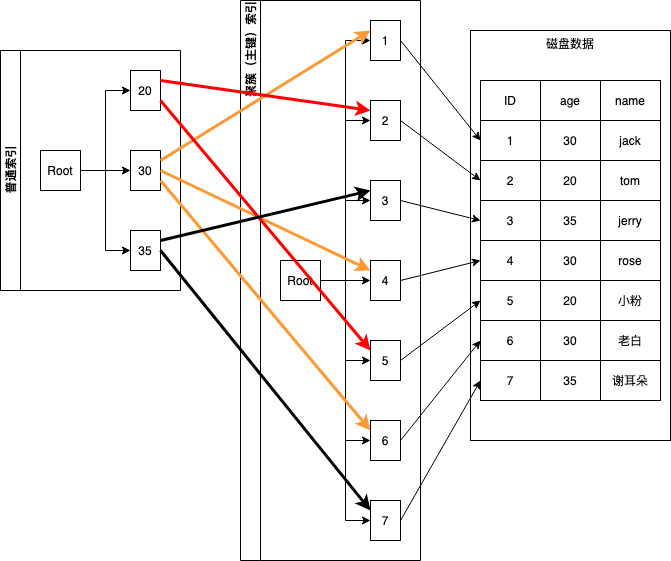
This is mysql-mrr.png from GallantKong/diagram, a draw.io export, as it was before one commit. Source tidied: cells renumbered, new cells last; positions are measured from the earlier drawing's top-left corner, leaving out a move shared by most shapes.
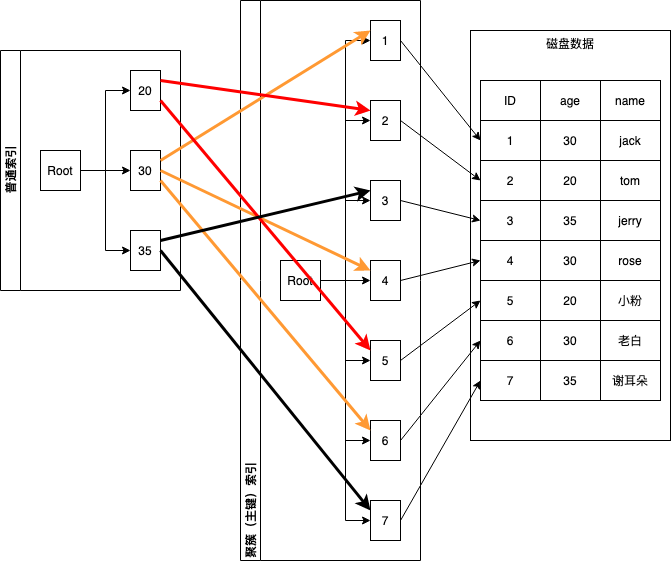
The same file after the commit.

The edit, as a diff of the source:
```diff
@@ -128,7 +128,7 @@
     <mxCell id="43" value="谢耳朵" style="shape=partialRectangle;html=1;whiteSpace=wrap;overflow=hidden;fillColor=none;top=0;left=0;bottom=0;right=0;" parent="40" vertex="1">
       <mxGeometry x="120" width="60" height="40" as="geometry" />
     </mxCell>
-    <mxCell id="44" value="聚簇（主键）索引" style="swimlane;html=1;startSize=20;horizontal=0;horizontalTree=1;containerType=tree;align=right;" parent="1" vertex="1">
+    <mxCell id="44" value="聚簇（主键）索引" style="swimlane;html=1;startSize=20;horizontal=0;horizontalTree=1;containerType=tree;align=left;" parent="1" vertex="1">
       <mxGeometry x="240" width="180" height="560" as="geometry" />
     </mxCell>
     <mxCell id="45" value="Root" style="whiteSpace=wrap;html=1;" parent="44" vertex="1">
```
